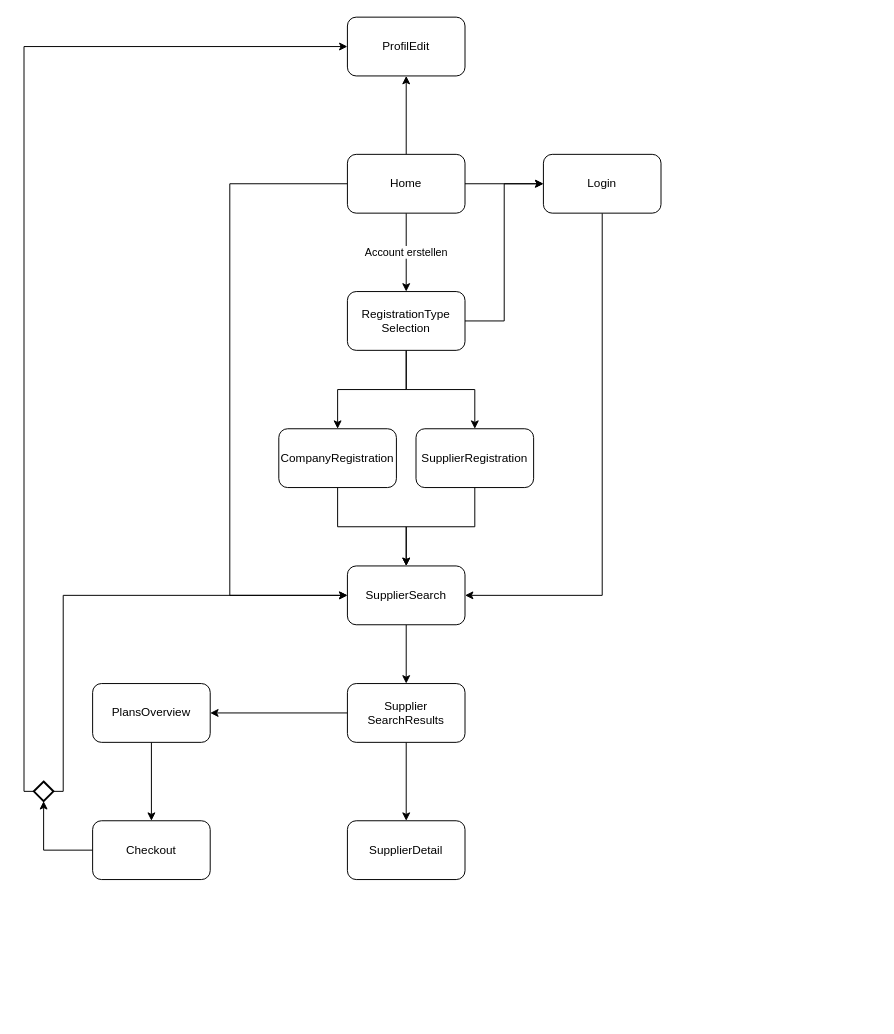
Above: sitemap.drawio in glaures/4bw-frontend (draw.io), before the change. Source tidied: cells renumbered, new cells numbered last; positions are measured from the earlier drawing's top-left corner, leaving out a move shared by most shapes. Both pictures are drawn from the tidied source at 98%, with x=0, y=0 at pixel (24, 17).
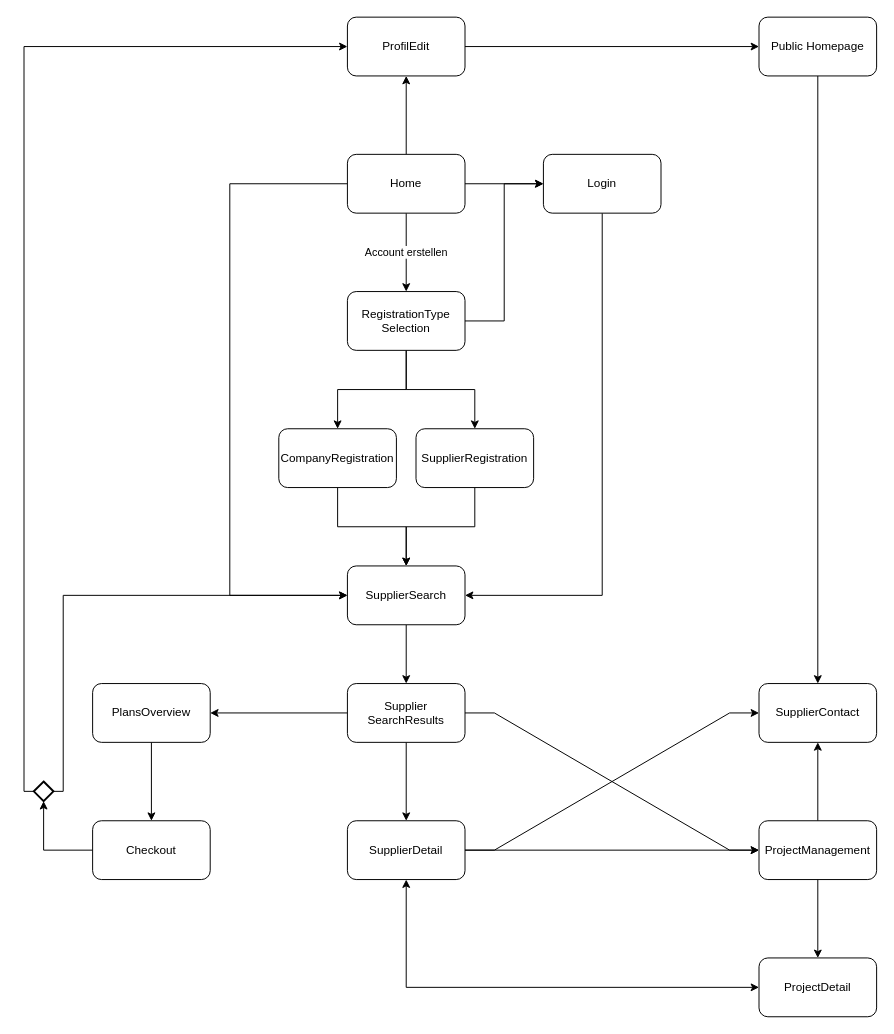
The same page after the edit.

Unchanged cells that the change refers to:
```xml
<mxCell id="19" value="Supplier&lt;br&gt;SearchResults" style="rounded=1;whiteSpace=wrap;html=1;" parent="1" vertex="1">
  <mxGeometry x="330" y="680" width="120" height="60" as="geometry" />
</mxCell>
<mxCell id="25" value="SupplierDetail" style="rounded=1;whiteSpace=wrap;html=1;" parent="1" vertex="1">
  <mxGeometry x="330" y="820" width="120" height="60" as="geometry" />
</mxCell>
<mxCell id="26" value="ProfilEdit" style="rounded=1;whiteSpace=wrap;html=1;" parent="1" vertex="1">
  <mxGeometry x="330" width="120" height="60" as="geometry" />
</mxCell>
```

The edit, as a diff of the source:
```diff
@@
+    <mxCell id="31" style="rounded=0;jettySize=auto;html=1;edgeStyle=entityRelationEdgeStyle;" parent="1" edge="1" source="19" target="40">
+      <mxGeometry relative="1" as="geometry" />
+    </mxCell>
@@
+    <mxCell id="32" style="edgeStyle=orthogonalEdgeStyle;rounded=0;jettySize=auto;html=1;entryX=0;entryY=0.5;entryDx=0;entryDy=0;" parent="1" edge="1" source="25" target="40">
+      <mxGeometry relative="1" as="geometry" />
+    </mxCell>
+    <mxCell id="33" style="edgeStyle=entityRelationEdgeStyle;rounded=0;jettySize=auto;html=1;entryX=0;entryY=0.5;entryDx=0;entryDy=0;" parent="1" edge="1" source="25" target="37">
+      <mxGeometry relative="1" as="geometry" />
+    </mxCell>
@@
+    <mxCell id="34" style="edgeStyle=orthogonalEdgeStyle;rounded=0;jettySize=auto;html=1;" parent="1" edge="1" source="26" target="36">
+      <mxGeometry relative="1" as="geometry" />
+    </mxCell>
@@
+    <mxCell id="35" style="edgeStyle=orthogonalEdgeStyle;rounded=0;jettySize=auto;html=1;entryX=0.5;entryY=0;entryDx=0;entryDy=0;" parent="1" edge="1" source="36" target="37">
+      <mxGeometry relative="1" as="geometry" />
+    </mxCell>
+    <mxCell id="36" value="Public Homepage" style="whiteSpace=wrap;html=1;rounded=1;" parent="1" vertex="1">
+      <mxGeometry x="750" width="120" height="60" as="geometry" />
+    </mxCell>
+    <mxCell id="37" value="SupplierContact" style="whiteSpace=wrap;html=1;rounded=1;" parent="1" vertex="1">
+      <mxGeometry x="750" y="680" width="120" height="60" as="geometry" />
+    </mxCell>
+    <mxCell id="38" style="edgeStyle=orthogonalEdgeStyle;rounded=0;jettySize=auto;html=1;entryX=0.5;entryY=1;entryDx=0;entryDy=0;" parent="1" edge="1" source="40" target="37">
+      <mxGeometry relative="1" as="geometry" />
+    </mxCell>
+    <mxCell id="39" style="edgeStyle=orthogonalEdgeStyle;rounded=0;jettySize=auto;html=1;" parent="1" edge="1" source="40" target="42">
+      <mxGeometry relative="1" as="geometry" />
+    </mxCell>
+    <mxCell id="40" value="ProjectManagement" style="whiteSpace=wrap;html=1;rounded=1;" parent="1" vertex="1">
+      <mxGeometry x="750" y="820" width="120" height="60" as="geometry" />
+    </mxCell>
+    <mxCell id="41" style="edgeStyle=orthogonalEdgeStyle;rounded=0;jettySize=auto;html=1;entryX=0.5;entryY=1;entryDx=0;entryDy=0;startArrow=classic;startFill=1;" parent="1" edge="1" source="42" target="25">
+      <mxGeometry relative="1" as="geometry" />
+    </mxCell>
+    <mxCell id="42" value="ProjectDetail" style="whiteSpace=wrap;html=1;rounded=1;" parent="1" vertex="1">
+      <mxGeometry x="750" y="960" width="120" height="60" as="geometry" />
+    </mxCell>
```
